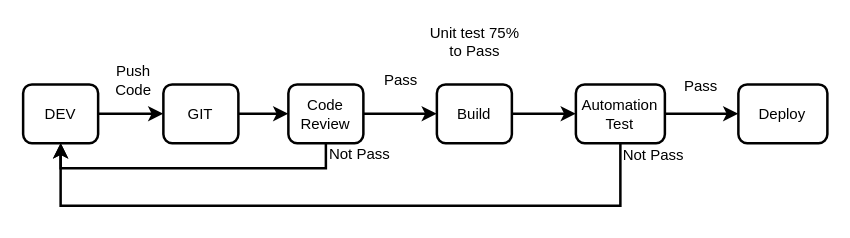
This is page "TOM" (6 of 9) of designs.drawio from pradist/social-marketplace, a draw.io file, before an edit. Source tidied: cells renumbered, new cells numbered last; positions are measured from the earlier drawing's top-left corner, leaving out a move shared by most shapes. Both pictures are drawn from the tidied source at 125%, with x=0, y=0 at pixel (22, 21).
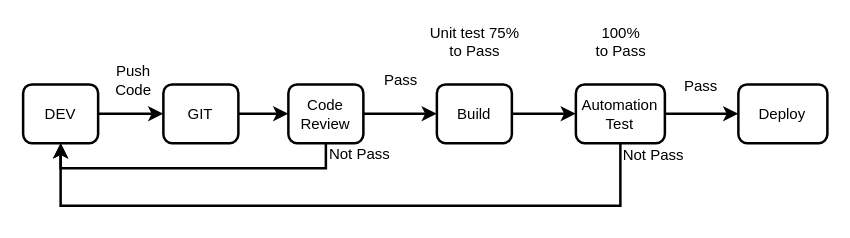
The same diagram, later.

Change to the diagram source:
```diff
@@
+    <mxCell id="21" value="100%&lt;br&gt;to Pass" style="text;html=1;align=center;verticalAlign=middle;" parent="1" vertex="1">
+      <mxGeometry x="453.3" width="50" height="32" as="geometry" />
+    </mxCell>
```
